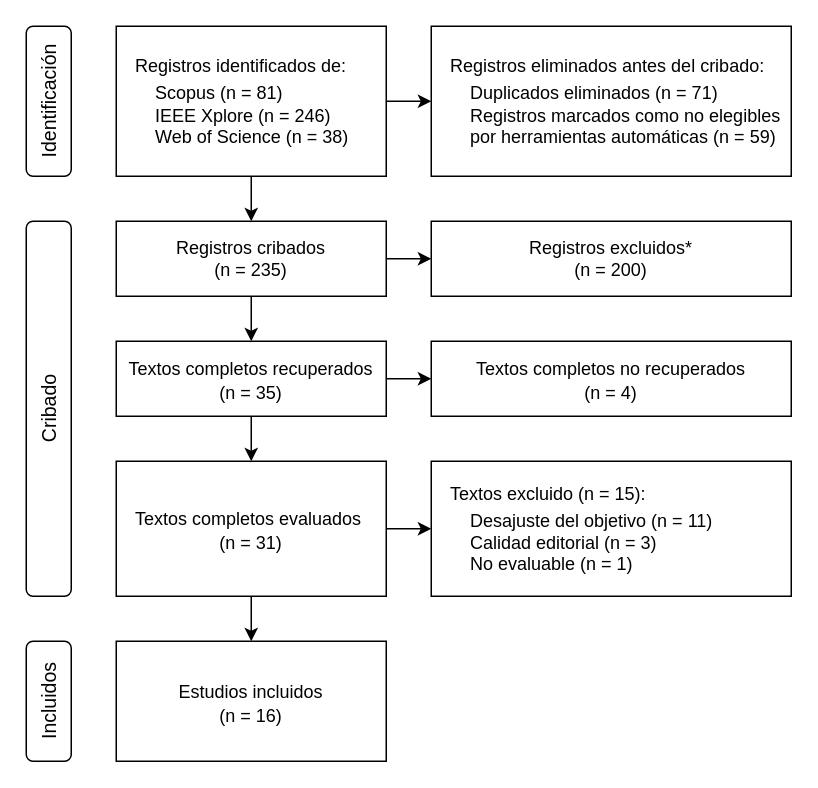
This is diagrams/prisma_flow_chart.drawio from cjarango/brent-crude-nlp-market-dynamics, a draw.io file, before an edit. Source tidied: cells renumbered, new cells numbered last; positions are measured from the earlier drawing's top-left corner, leaving out a move shared by most shapes. Both pictures are drawn from the tidied source at 150%, with x=0, y=0 at pixel (-140, 26).
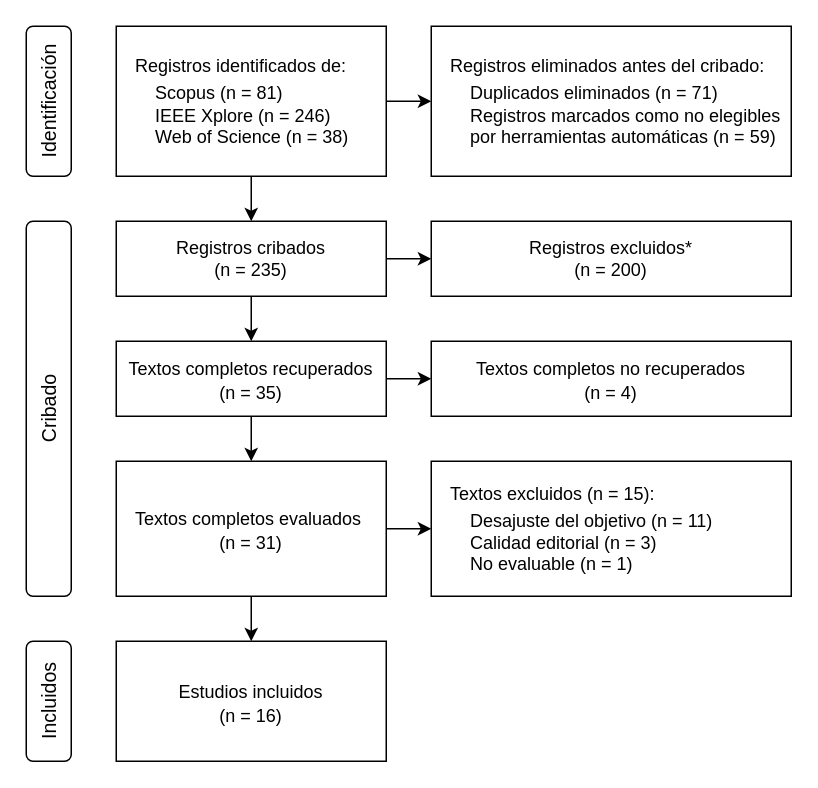
The same diagram, later.

Diff of the diagram source:
```diff
@@
-    <mxCell id="21" value="&lt;div&gt;&lt;span style=&quot;display:block; margin-bottom: 4px;&quot;&gt;Textos excluido (n = 15):&lt;/span&gt;&amp;nbsp; &amp;nbsp; Desajuste del objetivo&amp;nbsp;(n = 11)&lt;br&gt;&amp;nbsp;&amp;nbsp;&amp;nbsp;&amp;nbsp;Calidad editorial (n = 3)&lt;br&gt;&amp;nbsp; &amp;nbsp; No evaluable&amp;nbsp;(n = 1)&lt;/div&gt;" style="rounded=0;whiteSpace=wrap;html=1;align=left;spacingLeft=11;spacingTop=0;" parent="1" vertex="1">
+    <mxCell id="21" value="&lt;div&gt;&lt;span style=&quot;display:block; margin-bottom: 4px;&quot;&gt;Textos excluidos (n = 15):&lt;/span&gt;&amp;nbsp; &amp;nbsp; Desajuste del objetivo&amp;nbsp;(n = 11)&lt;br&gt;&amp;nbsp;&amp;nbsp;&amp;nbsp;&amp;nbsp;Calidad editorial (n = 3)&lt;br&gt;&amp;nbsp; &amp;nbsp; No evaluable&amp;nbsp;(n = 1)&lt;/div&gt;" style="rounded=0;whiteSpace=wrap;html=1;align=left;spacingLeft=11;spacingTop=0;" parent="1" vertex="1">
       <mxGeometry x="380" y="290" width="240" height="90" as="geometry" />
     </mxCell>
```
